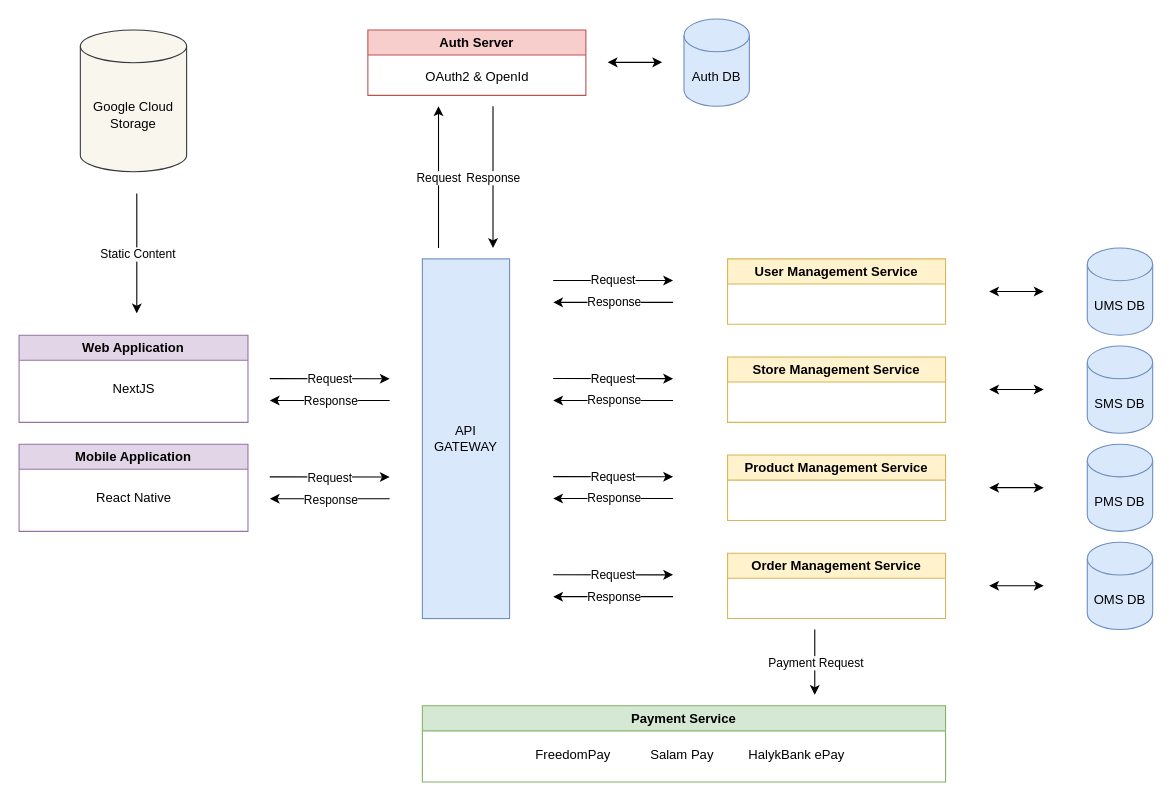
The draw.io diagram marketplace-diagram/MarketplaceApplication.drawio in AlibekAltynbek/draw.io, before the edit. Source tidied: cells renumbered, new cells numbered last; positions are measured from the earlier drawing's top-left corner, leaving out a move shared by most shapes. Both pictures are drawn from the tidied source at 109%, with x=0, y=0 at pixel (19, 19).
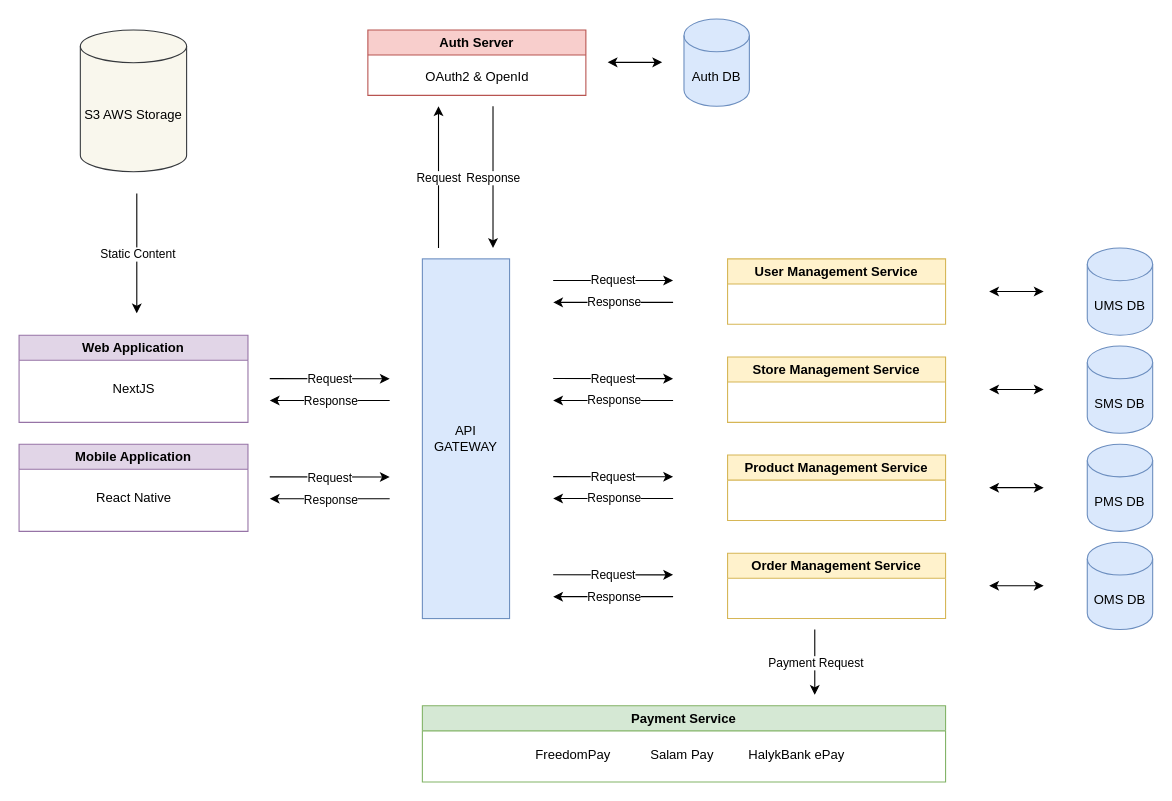
After the change.

What changed in the source:
```diff
@@
-    <mxCell id="50" value="Google Cloud Storage" style="shape=cylinder3;whiteSpace=wrap;html=1;boundedLbl=1;backgroundOutline=1;size=15;fillColor=#f9f7ed;strokeColor=#36393d;" parent="1" vertex="1">
+    <mxCell id="50" value="S3 AWS Storage" style="shape=cylinder3;whiteSpace=wrap;html=1;boundedLbl=1;backgroundOutline=1;size=15;fillColor=#f9f7ed;strokeColor=#36393d;" parent="1" vertex="1">
       <mxGeometry x="56.2" y="10" width="97.5" height="130" as="geometry" />
     </mxCell>
```
